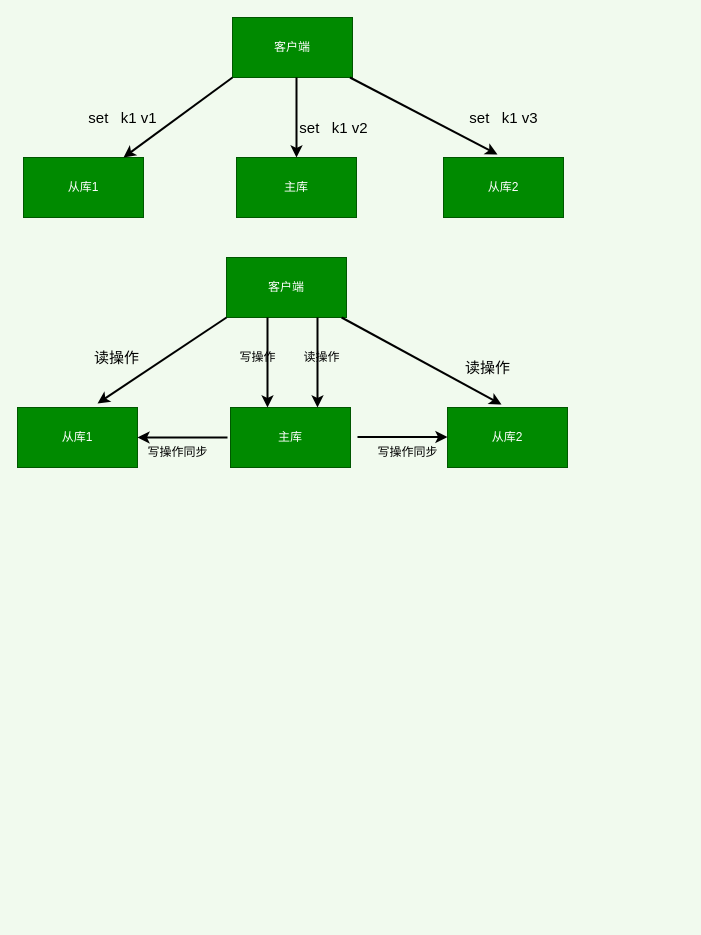
Earlier version of the draw.io diagram redis/src/redis.drawio (luckylsx/study-notes). Source tidied: cells renumbered, new cells numbered last; positions are measured from the earlier drawing's top-left corner, leaving out a move shared by most shapes. Both pictures are drawn from the tidied source at 100%, with x=0, y=0 at pixel (17, 17).
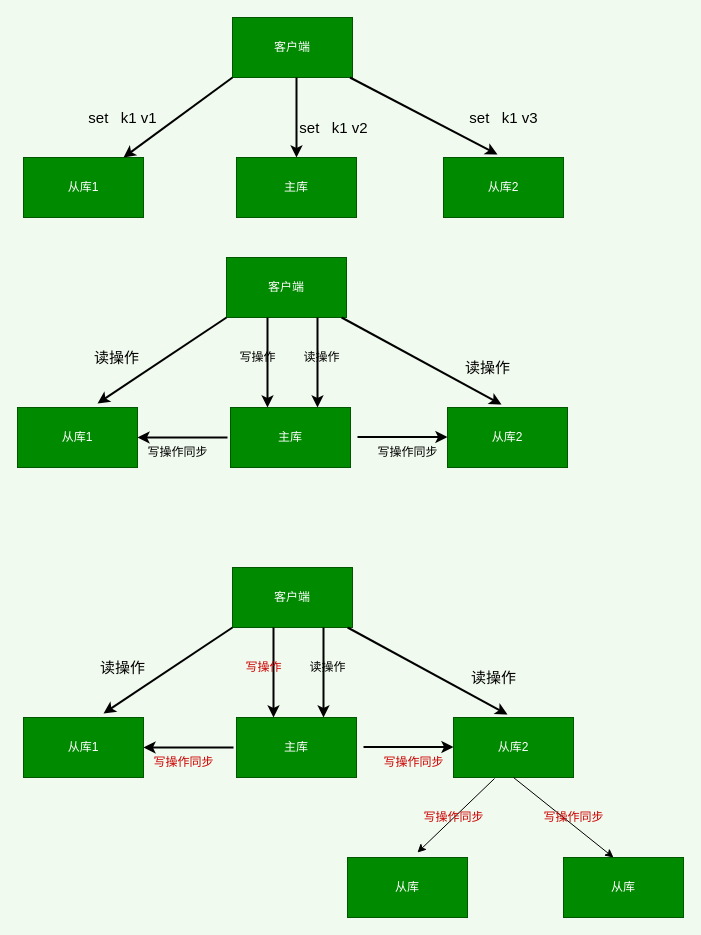
The same page after the edit.

What changed in the source:
```diff
@@
+    <mxCell id="28" value="客户端" style="rounded=0;whiteSpace=wrap;html=1;fillColor=#008a00;strokeColor=#005700;fontColor=#ffffff;" parent="1" vertex="1">
+      <mxGeometry x="215" y="550" width="120" height="60" as="geometry" />
+    </mxCell>
+    <mxCell id="29" value="从库1" style="rounded=0;whiteSpace=wrap;html=1;fillColor=#008a00;strokeColor=#005700;fontColor=#ffffff;" parent="1" vertex="1">
+      <mxGeometry x="6" y="700" width="120" height="60" as="geometry" />
+    </mxCell>
+    <mxCell id="30" value="主库" style="rounded=0;whiteSpace=wrap;html=1;fillColor=#008a00;strokeColor=#005700;fontColor=#ffffff;" parent="1" vertex="1">
+      <mxGeometry x="219" y="700" width="120" height="60" as="geometry" />
+    </mxCell>
+    <mxCell id="31" value="从库2" style="rounded=0;whiteSpace=wrap;html=1;fillColor=#008a00;strokeColor=#005700;fontColor=#ffffff;" parent="1" vertex="1">
+      <mxGeometry x="436" y="700" width="120" height="60" as="geometry" />
+    </mxCell>
+    <mxCell id="32" style="endArrow=classic;html=1;strokeColor=#000000;strokeWidth=2;exitX=0;exitY=1;exitDx=0;exitDy=0;entryX=0.667;entryY=-0.067;entryDx=0;entryDy=0;entryPerimeter=0;" parent="1" edge="1" source="28" target="29">
+      <mxGeometry relative="1" as="geometry" />
+    </mxCell>
+    <mxCell id="33" style="endArrow=classic;html=1;strokeColor=#000000;strokeWidth=2;entryX=0.5;entryY=0;entryDx=0;entryDy=0;" parent="1" edge="1">
+      <mxGeometry relative="1" as="geometry">
+        <mxPoint x="256" y="610" as="sourcePoint" />
+        <mxPoint x="256" y="700" as="targetPoint" />
+      </mxGeometry>
+    </mxCell>
+    <mxCell id="34" value="&lt;font color=&quot;#000000&quot;&gt;&lt;span style=&quot;font-size: 15px&quot;&gt;读操作&lt;/span&gt;&lt;/font&gt;" style="text;html=1;align=center;verticalAlign=middle;strokeColor=none;" parent="1" vertex="1">
+      <mxGeometry x="75" y="640" width="60" height="20" as="geometry" />
+    </mxCell>
+    <mxCell id="35" value="&lt;font color=&quot;#000000&quot; style=&quot;font-size: 15px&quot;&gt;读操作&lt;br&gt;&lt;/font&gt;" style="text;html=1;align=center;verticalAlign=middle;strokeColor=none;" parent="1" vertex="1">
+      <mxGeometry x="446" y="650" width="60" height="20" as="geometry" />
+    </mxCell>
+    <mxCell id="36" style="endArrow=classic;html=1;strokeColor=#000000;strokeWidth=2;entryX=0.45;entryY=-0.05;entryDx=0;entryDy=0;entryPerimeter=0;" parent="1" edge="1" source="28" target="31">
+      <mxGeometry relative="1" as="geometry" />
+    </mxCell>
+    <mxCell id="37" style="endArrow=classic;html=1;strokeColor=#000000;strokeWidth=2;entryX=0.5;entryY=0;entryDx=0;entryDy=0;" parent="1" edge="1">
+      <mxGeometry relative="1" as="geometry">
+        <mxPoint x="306" y="610" as="sourcePoint" />
+        <mxPoint x="306" y="700" as="targetPoint" />
+      </mxGeometry>
+    </mxCell>
+    <mxCell id="38" value="&lt;font&gt;写操作&lt;/font&gt;" style="text;html=1;align=center;verticalAlign=middle;strokeColor=none;fontColor=#CC0000;" parent="1" vertex="1">
+      <mxGeometry x="221" y="640" width="50" height="20" as="geometry" />
+    </mxCell>
+    <mxCell id="39" value="&lt;font color=&quot;#000000&quot;&gt;读操作&lt;/font&gt;" style="text;html=1;align=center;verticalAlign=middle;strokeColor=none;" parent="1" vertex="1">
+      <mxGeometry x="285" y="640" width="50" height="20" as="geometry" />
+    </mxCell>
+    <mxCell id="40" style="endArrow=classic;html=1;strokeColor=#000000;strokeWidth=2;entryX=1;entryY=0.5;entryDx=0;entryDy=0;" parent="1" edge="1" target="29">
+      <mxGeometry relative="1" as="geometry">
+        <mxPoint x="216" y="730" as="sourcePoint" />
+      </mxGeometry>
+    </mxCell>
+    <mxCell id="41" style="endArrow=classic;html=1;strokeColor=#000000;strokeWidth=2;entryX=1;entryY=0.5;entryDx=0;entryDy=0;" parent="1" edge="1">
+      <mxGeometry relative="1" as="geometry">
+        <mxPoint x="346" y="729.5" as="sourcePoint" />
+        <mxPoint x="436" y="729.5" as="targetPoint" />
+      </mxGeometry>
+    </mxCell>
+    <mxCell id="42" value="&lt;font&gt;写操作同步&lt;/font&gt;" style="text;html=1;align=center;verticalAlign=middle;strokeColor=none;fontColor=#CC0000;" parent="1" vertex="1">
+      <mxGeometry x="126" y="735" width="80" height="20" as="geometry" />
+    </mxCell>
+    <mxCell id="43" value="&lt;font&gt;写操作同步&lt;/font&gt;" style="text;html=1;align=center;verticalAlign=middle;strokeColor=none;fontColor=#CC0000;" parent="1" vertex="1">
+      <mxGeometry x="356" y="735" width="80" height="20" as="geometry" />
+    </mxCell>
+    <mxCell id="44" value="从库" style="rounded=0;whiteSpace=wrap;html=1;fillColor=#008a00;strokeColor=#005700;fontColor=#ffffff;" parent="1" vertex="1">
+      <mxGeometry x="330" y="840" width="120" height="60" as="geometry" />
+    </mxCell>
+    <mxCell id="45" value="从库" style="rounded=0;whiteSpace=wrap;html=1;fillColor=#008a00;strokeColor=#005700;fontColor=#ffffff;" parent="1" vertex="1">
+      <mxGeometry x="546" y="840" width="120" height="60" as="geometry" />
+    </mxCell>
+    <mxCell id="46" style="endArrow=classic;html=1;entryX=0.583;entryY=-0.083;entryDx=0;entryDy=0;entryPerimeter=0;exitX=0.342;exitY=1.017;exitDx=0;exitDy=0;exitPerimeter=0;strokeColor=#000000;" parent="1" edge="1" source="31" target="44">
+      <mxGeometry relative="1" as="geometry" />
+    </mxCell>
+    <mxCell id="47" style="endArrow=classic;html=1;entryX=0.583;entryY=-0.083;entryDx=0;entryDy=0;entryPerimeter=0;exitX=0.5;exitY=1;exitDx=0;exitDy=0;strokeColor=#000000;" parent="1" edge="1" source="31">
+      <mxGeometry relative="1" as="geometry">
+        <mxPoint x="596" y="840" as="targetPoint" />
+      </mxGeometry>
+    </mxCell>
+    <mxCell id="48" value="&lt;font&gt;写操作同步&lt;/font&gt;" style="text;html=1;align=center;verticalAlign=middle;strokeColor=none;fontColor=#CC0000;" parent="1" vertex="1">
+      <mxGeometry x="396" y="790" width="80" height="20" as="geometry" />
+    </mxCell>
+    <mxCell id="49" value="&lt;font&gt;写操作同步&lt;/font&gt;" style="text;html=1;align=center;verticalAlign=middle;strokeColor=none;fontColor=#CC0000;" parent="1" vertex="1">
+      <mxGeometry x="516" y="790" width="80" height="20" as="geometry" />
+    </mxCell>
```
